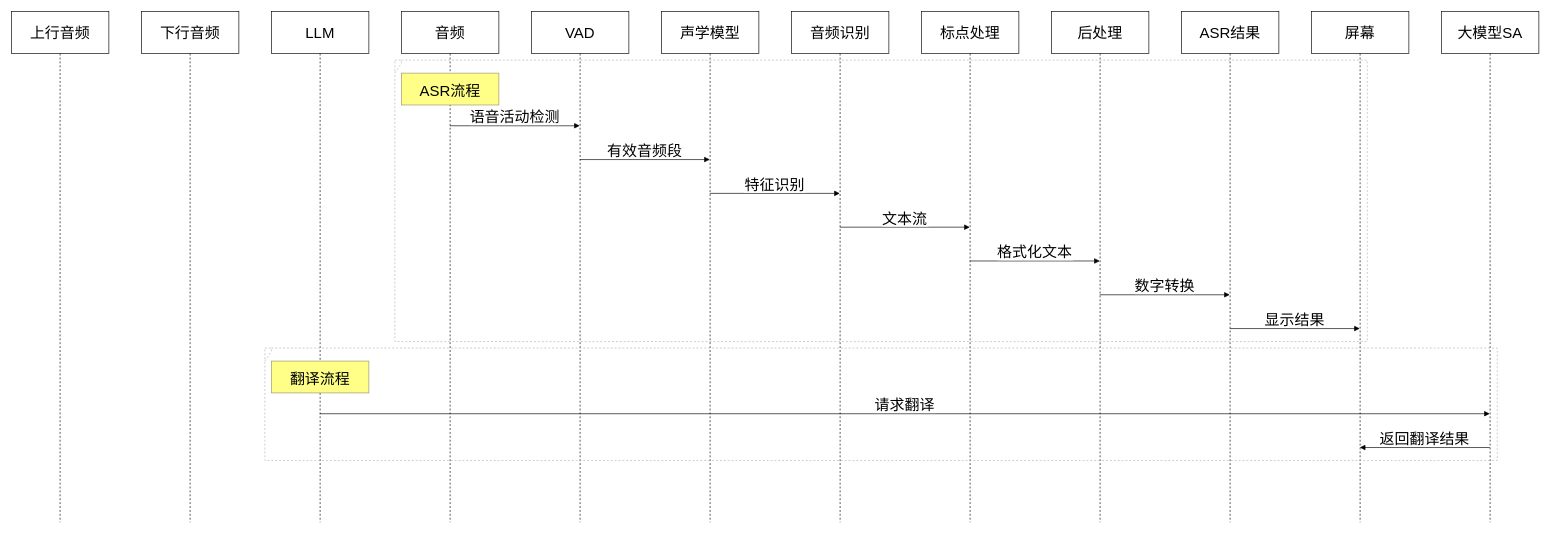
The draw.io diagram asr.drawio in huangxioaxie/adminCode, before the edit. Source tidied: cells renumbered, new cells numbered last; positions are measured from the earlier drawing's top-left corner, leaving out a move shared by most shapes. Both pictures are drawn from the tidied source at 65%, with x=0, y=0 at pixel (11, 11).
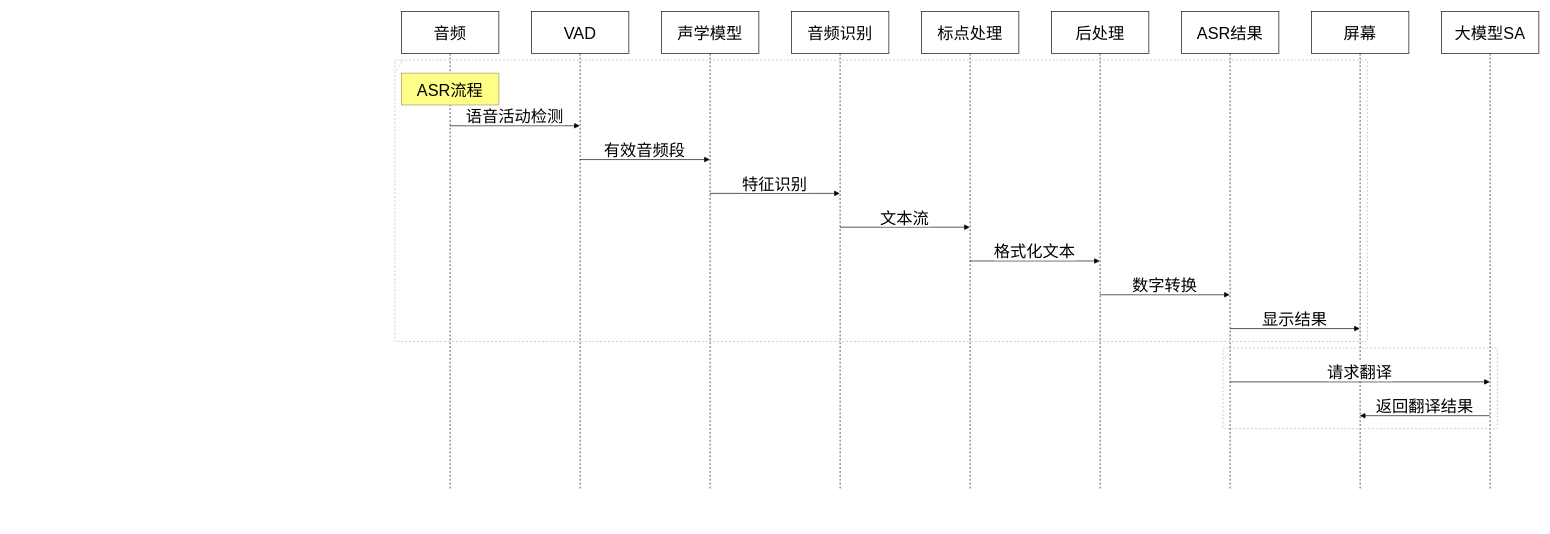
The same diagram, later.

Diff of the diagram source:
```diff
@@
-    <mxCell id="2" value="上行音频" style="shape=umlLifeline;perimeter=lifelinePerimeter;whiteSpace=wrap;newEdgeStyle={&quot;edgeStyle&quot;:&quot;elbowEdgeStyle&quot;,&quot;elbow&quot;:&quot;vertical&quot;,&quot;curved&quot;:0,&quot;rounded&quot;:0};size=65;fontSize=23;" parent="1" vertex="1">
-      <mxGeometry width="150" height="786" as="geometry" />
-    </mxCell>
-    <mxCell id="3" value="下行音频" style="shape=umlLifeline;perimeter=lifelinePerimeter;whiteSpace=wrap;newEdgeStyle={&quot;edgeStyle&quot;:&quot;elbowEdgeStyle&quot;,&quot;elbow&quot;:&quot;vertical&quot;,&quot;curved&quot;:0,&quot;rounded&quot;:0};size=65;fontSize=23;" parent="1" vertex="1">
-      <mxGeometry x="200" width="150" height="786" as="geometry" />
-    </mxCell>
-    <mxCell id="4" value="LLM" style="shape=umlLifeline;perimeter=lifelinePerimeter;whiteSpace=wrap;outlineConnect=0;portConstraint=eastwest;newEdgeStyle={&quot;edgeStyle&quot;:&quot;elbowEdgeStyle&quot;,&quot;elbow&quot;:&quot;vertical&quot;,&quot;curved&quot;:0,&quot;rounded&quot;:0};size=65;fontSize=23;" parent="1" vertex="1">
-      <mxGeometry x="400" width="150" height="786" as="geometry" />
-    </mxCell>
-    <mxCell id="5" value="音频" style="shape=umlLifeline;perimeter=lifelinePerimeter;whiteSpace=wrap;outlineConnect=0;portConstraint=eastwest;newEdgeStyle={&quot;edgeStyle&quot;:&quot;elbowEdgeStyle&quot;,&quot;elbow&quot;:&quot;vertical&quot;,&quot;curved&quot;:0,&quot;rounded&quot;:0};size=65;fontSize=23;" parent="1" vertex="1">
-      <mxGeometry x="600" width="150" height="786" as="geometry" />
+    <mxCell id="5" value="音频" style="shape=umlLifeline;perimeter=lifelinePerimeter;whiteSpace=wrap;outlineConnect=0;portConstraint=eastwest;newEdgeStyle={&quot;edgeStyle&quot;:&quot;elbowEdgeStyle&quot;,&quot;elbow&quot;:&quot;vertical&quot;,&quot;curved&quot;:0,&quot;rounded&quot;:0};size=65;fontSize=25;" parent="1" vertex="1">
+      <mxGeometry x="600" width="150" height="737" as="geometry" />
     </mxCell>
-    <mxCell id="6" value="VAD" style="shape=umlLifeline;perimeter=lifelinePerimeter;whiteSpace=wrap;outlineConnect=0;portConstraint=eastwest;newEdgeStyle={&quot;edgeStyle&quot;:&quot;elbowEdgeStyle&quot;,&quot;elbow&quot;:&quot;vertical&quot;,&quot;curved&quot;:0,&quot;rounded&quot;:0};size=65;fontSize=23;" parent="1" vertex="1">
-      <mxGeometry x="800" width="150" height="786" as="geometry" />
+    <mxCell id="6" value="VAD" style="shape=umlLifeline;perimeter=lifelinePerimeter;whiteSpace=wrap;outlineConnect=0;portConstraint=eastwest;newEdgeStyle={&quot;edgeStyle&quot;:&quot;elbowEdgeStyle&quot;,&quot;elbow&quot;:&quot;vertical&quot;,&quot;curved&quot;:0,&quot;rounded&quot;:0};size=65;fontSize=25;" parent="1" vertex="1">
+      <mxGeometry x="800" width="150" height="737" as="geometry" />
     </mxCell>
-    <mxCell id="7" value="声学模型" style="shape=umlLifeline;perimeter=lifelinePerimeter;whiteSpace=wrap;outlineConnect=0;portConstraint=eastwest;newEdgeStyle={&quot;edgeStyle&quot;:&quot;elbowEdgeStyle&quot;,&quot;elbow&quot;:&quot;vertical&quot;,&quot;curved&quot;:0,&quot;rounded&quot;:0};size=65;fontSize=23;" parent="1" vertex="1">
-      <mxGeometry x="1000" width="150" height="786" as="geometry" />
+    <mxCell id="7" value="声学模型" style="shape=umlLifeline;perimeter=lifelinePerimeter;whiteSpace=wrap;outlineConnect=0;portConstraint=eastwest;newEdgeStyle={&quot;edgeStyle&quot;:&quot;elbowEdgeStyle&quot;,&quot;elbow&quot;:&quot;vertical&quot;,&quot;curved&quot;:0,&quot;rounded&quot;:0};size=65;fontSize=25;" parent="1" vertex="1">
+      <mxGeometry x="1000" width="150" height="737" as="geometry" />
     </mxCell>
-    <mxCell id="8" value="音频识别" style="shape=umlLifeline;perimeter=lifelinePerimeter;whiteSpace=wrap;outlineConnect=0;portConstraint=eastwest;newEdgeStyle={&quot;edgeStyle&quot;:&quot;elbowEdgeStyle&quot;,&quot;elbow&quot;:&quot;vertical&quot;,&quot;curved&quot;:0,&quot;rounded&quot;:0};size=65;fontSize=23;" parent="1" vertex="1">
-      <mxGeometry x="1200" width="150" height="786" as="geometry" />
+    <mxCell id="8" value="音频识别" style="shape=umlLifeline;perimeter=lifelinePerimeter;whiteSpace=wrap;outlineConnect=0;portConstraint=eastwest;newEdgeStyle={&quot;edgeStyle&quot;:&quot;elbowEdgeStyle&quot;,&quot;elbow&quot;:&quot;vertical&quot;,&quot;curved&quot;:0,&quot;rounded&quot;:0};size=65;fontSize=25;" parent="1" vertex="1">
+      <mxGeometry x="1200" width="150" height="737" as="geometry" />
     </mxCell>
-    <mxCell id="9" value="标点处理" style="shape=umlLifeline;perimeter=lifelinePerimeter;whiteSpace=wrap;outlineConnect=0;portConstraint=eastwest;newEdgeStyle={&quot;edgeStyle&quot;:&quot;elbowEdgeStyle&quot;,&quot;elbow&quot;:&quot;vertical&quot;,&quot;curved&quot;:0,&quot;rounded&quot;:0};size=65;fontSize=23;" parent="1" vertex="1">
-      <mxGeometry x="1400" width="150" height="786" as="geometry" />
+    <mxCell id="9" value="标点处理" style="shape=umlLifeline;perimeter=lifelinePerimeter;whiteSpace=wrap;outlineConnect=0;portConstraint=eastwest;newEdgeStyle={&quot;edgeStyle&quot;:&quot;elbowEdgeStyle&quot;,&quot;elbow&quot;:&quot;vertical&quot;,&quot;curved&quot;:0,&quot;rounded&quot;:0};size=65;fontSize=25;" parent="1" vertex="1">
+      <mxGeometry x="1400" width="150" height="737" as="geometry" />
     </mxCell>
-    <mxCell id="10" value="后处理" style="shape=umlLifeline;perimeter=lifelinePerimeter;whiteSpace=wrap;outlineConnect=0;portConstraint=eastwest;newEdgeStyle={&quot;edgeStyle&quot;:&quot;elbowEdgeStyle&quot;,&quot;elbow&quot;:&quot;vertical&quot;,&quot;curved&quot;:0,&quot;rounded&quot;:0};size=65;fontSize=23;" parent="1" vertex="1">
-      <mxGeometry x="1600" width="150" height="786" as="geometry" />
+    <mxCell id="10" value="后处理" style="shape=umlLifeline;perimeter=lifelinePerimeter;whiteSpace=wrap;outlineConnect=0;portConstraint=eastwest;newEdgeStyle={&quot;edgeStyle&quot;:&quot;elbowEdgeStyle&quot;,&quot;elbow&quot;:&quot;vertical&quot;,&quot;curved&quot;:0,&quot;rounded&quot;:0};size=65;fontSize=25;" parent="1" vertex="1">
+      <mxGeometry x="1600" width="150" height="737" as="geometry" />
     </mxCell>
-    <mxCell id="11" value="ASR结果" style="shape=umlLifeline;perimeter=lifelinePerimeter;whiteSpace=wrap;outlineConnect=0;portConstraint=eastwest;newEdgeStyle={&quot;edgeStyle&quot;:&quot;elbowEdgeStyle&quot;,&quot;elbow&quot;:&quot;vertical&quot;,&quot;curved&quot;:0,&quot;rounded&quot;:0};size=65;fontSize=23;" parent="1" vertex="1">
-      <mxGeometry x="1800" width="150" height="786" as="geometry" />
+    <mxCell id="11" value="ASR结果" style="shape=umlLifeline;perimeter=lifelinePerimeter;whiteSpace=wrap;outlineConnect=0;portConstraint=eastwest;newEdgeStyle={&quot;edgeStyle&quot;:&quot;elbowEdgeStyle&quot;,&quot;elbow&quot;:&quot;vertical&quot;,&quot;curved&quot;:0,&quot;rounded&quot;:0};size=65;fontSize=25;" parent="1" vertex="1">
+      <mxGeometry x="1800" width="150" height="737" as="geometry" />
     </mxCell>
-    <mxCell id="12" value="屏幕" style="shape=umlLifeline;perimeter=lifelinePerimeter;whiteSpace=wrap;outlineConnect=0;portConstraint=eastwest;newEdgeStyle={&quot;edgeStyle&quot;:&quot;elbowEdgeStyle&quot;,&quot;elbow&quot;:&quot;vertical&quot;,&quot;curved&quot;:0,&quot;rounded&quot;:0};size=65;fontSize=23;" parent="1" vertex="1">
-      <mxGeometry x="2000" width="150" height="786" as="geometry" />
+    <mxCell id="12" value="屏幕" style="shape=umlLifeline;perimeter=lifelinePerimeter;whiteSpace=wrap;outlineConnect=0;portConstraint=eastwest;newEdgeStyle={&quot;edgeStyle&quot;:&quot;elbowEdgeStyle&quot;,&quot;elbow&quot;:&quot;vertical&quot;,&quot;curved&quot;:0,&quot;rounded&quot;:0};size=65;fontSize=25;" parent="1" vertex="1">
+      <mxGeometry x="2000" width="150" height="737" as="geometry" />
     </mxCell>
-    <mxCell id="13" value="大模型SA" style="shape=umlLifeline;perimeter=lifelinePerimeter;whiteSpace=wrap;outlineConnect=0;portConstraint=eastwest;newEdgeStyle={&quot;edgeStyle&quot;:&quot;elbowEdgeStyle&quot;,&quot;elbow&quot;:&quot;vertical&quot;,&quot;curved&quot;:0,&quot;rounded&quot;:0};size=65;fontSize=23;" parent="1" vertex="1">
-      <mxGeometry x="2200" width="150" height="786" as="geometry" />
+    <mxCell id="13" value="大模型SA" style="shape=umlLifeline;perimeter=lifelinePerimeter;whiteSpace=wrap;outlineConnect=0;portConstraint=eastwest;newEdgeStyle={&quot;edgeStyle&quot;:&quot;elbowEdgeStyle&quot;,&quot;elbow&quot;:&quot;vertical&quot;,&quot;curved&quot;:0,&quot;rounded&quot;:0};size=65;fontSize=25;" parent="1" vertex="1">
+      <mxGeometry x="2200" width="150" height="737" as="geometry" />
     </mxCell>
-    <mxCell id="14" style="shape=umlFrame;dashed=1;strokeColor=#B3B3B3;height=20;width=0;fontSize=23;" parent="1" vertex="1">
-      <mxGeometry x="590" y="75" width="1496" height="433" as="geometry" />
-    </mxCell>
-    <mxCell id="15" style="text;strokeColor=none;fillColor=none;align=center;verticalAlign=middle;whiteSpace=wrap;fontSize=23;" parent="14" vertex="1">
-      <mxGeometry width="1496" height="20" as="geometry" />
-    </mxCell>
-    <mxCell id="16" style="shape=umlFrame;dashed=1;strokeColor=#B3B3B3;height=20;width=0;fontSize=23;" parent="1" vertex="1">
-      <mxGeometry x="390" y="518" width="1896" height="173" as="geometry" />
-    </mxCell>
-    <mxCell id="17" style="text;strokeColor=none;fillColor=none;align=center;verticalAlign=middle;whiteSpace=wrap;fontSize=23;" parent="16" vertex="1">
-      <mxGeometry width="1896" height="20" as="geometry" />
-    </mxCell>
+    <mxCell id="29" style="shape=umlFrame;dashed=1;strokeColor=#B3B3B3;height=20;width=0;fontSize=25;" parent="1" vertex="1">
+      <mxGeometry x="590" y="75" width="1496" height="433" as="geometry" />
+    </mxCell>
+    <mxCell id="30" style="text;strokeColor=none;fillColor=none;align=center;verticalAlign=middle;whiteSpace=wrap;" parent="29" vertex="1">
+      <mxGeometry width="1496" height="20" as="geometry" />
+    </mxCell>
+    <mxCell id="31" style="shape=umlFrame;dashed=1;strokeColor=#B3B3B3;height=20;width=0;fontSize=25;" parent="1" vertex="1">
+      <mxGeometry x="1864" y="518" width="422" height="124" as="geometry" />
+    </mxCell>
+    <mxCell id="32" style="text;strokeColor=none;fillColor=none;align=center;verticalAlign=middle;whiteSpace=wrap;" parent="31" vertex="1">
+      <mxGeometry width="422" height="20" as="geometry" />
+    </mxCell>
-    <mxCell id="18" value="语音活动检测" style="verticalAlign=bottom;edgeStyle=elbowEdgeStyle;elbow=vertical;curved=0;rounded=0;endArrow=block;fontSize=23;" parent="1" edge="1" source="5" target="6">
+    <mxCell id="18" value="语音活动检测" style="verticalAlign=bottom;edgeStyle=elbowEdgeStyle;elbow=vertical;curved=0;rounded=0;endArrow=block;fontSize=25;" parent="1" edge="1" source="5" target="6">
       <mxGeometry relative="1" as="geometry">
         <Array as="points">
           <mxPoint x="784" y="176" />
         </Array>
       </mxGeometry>
     </mxCell>
-    <mxCell id="19" value="有效音频段" style="verticalAlign=bottom;edgeStyle=elbowEdgeStyle;elbow=vertical;curved=0;rounded=0;endArrow=block;fontSize=23;" parent="1" edge="1" source="6" target="7">
+    <mxCell id="19" value="有效音频段" style="verticalAlign=bottom;edgeStyle=elbowEdgeStyle;elbow=vertical;curved=0;rounded=0;endArrow=block;fontSize=25;" parent="1" edge="1" source="6" target="7">
       <mxGeometry relative="1" as="geometry">
         <Array as="points">
           <mxPoint x="984" y="228" />
         </Array>
       </mxGeometry>
     </mxCell>
-    <mxCell id="20" value="特征识别" style="verticalAlign=bottom;edgeStyle=elbowEdgeStyle;elbow=vertical;curved=0;rounded=0;endArrow=block;fontSize=23;" parent="1" edge="1" source="7" target="8">
+    <mxCell id="20" value="特征识别" style="verticalAlign=bottom;edgeStyle=elbowEdgeStyle;elbow=vertical;curved=0;rounded=0;endArrow=block;fontSize=25;" parent="1" edge="1" source="7" target="8">
       <mxGeometry relative="1" as="geometry">
         <Array as="points">
           <mxPoint x="1184" y="280" />
         </Array>
       </mxGeometry>
     </mxCell>
-    <mxCell id="21" value="文本流" style="verticalAlign=bottom;edgeStyle=elbowEdgeStyle;elbow=vertical;curved=0;rounded=0;endArrow=block;fontSize=23;" parent="1" edge="1" source="8" target="9">
+    <mxCell id="21" value="文本流" style="verticalAlign=bottom;edgeStyle=elbowEdgeStyle;elbow=vertical;curved=0;rounded=0;endArrow=block;fontSize=25;" parent="1" edge="1" source="8" target="9">
       <mxGeometry relative="1" as="geometry">
         <Array as="points">
           <mxPoint x="1384" y="332" />
         </Array>
       </mxGeometry>
     </mxCell>
-    <mxCell id="22" value="格式化文本" style="verticalAlign=bottom;edgeStyle=elbowEdgeStyle;elbow=vertical;curved=0;rounded=0;endArrow=block;fontSize=23;" parent="1" edge="1" source="9" target="10">
+    <mxCell id="22" value="格式化文本" style="verticalAlign=bottom;edgeStyle=elbowEdgeStyle;elbow=vertical;curved=0;rounded=0;endArrow=block;fontSize=25;" parent="1" edge="1" source="9" target="10">
       <mxGeometry relative="1" as="geometry">
         <Array as="points">
           <mxPoint x="1584" y="384" />
         </Array>
       </mxGeometry>
     </mxCell>
-    <mxCell id="23" value="数字转换" style="verticalAlign=bottom;edgeStyle=elbowEdgeStyle;elbow=vertical;curved=0;rounded=0;endArrow=block;fontSize=23;" parent="1" edge="1" source="10" target="11">
+    <mxCell id="23" value="数字转换" style="verticalAlign=bottom;edgeStyle=elbowEdgeStyle;elbow=vertical;curved=0;rounded=0;endArrow=block;fontSize=25;" parent="1" edge="1" source="10" target="11">
       <mxGeometry relative="1" as="geometry">
         <Array as="points">
           <mxPoint x="1784" y="436" />
         </Array>
       </mxGeometry>
     </mxCell>
-    <mxCell id="24" value="显示结果" style="verticalAlign=bottom;edgeStyle=elbowEdgeStyle;elbow=vertical;curved=0;rounded=0;endArrow=block;fontSize=23;" parent="1" edge="1" source="11" target="12">
+    <mxCell id="24" value="显示结果" style="verticalAlign=bottom;edgeStyle=elbowEdgeStyle;elbow=vertical;curved=0;rounded=0;endArrow=block;fontSize=25;" parent="1" edge="1" source="11" target="12">
       <mxGeometry relative="1" as="geometry">
         <Array as="points">
           <mxPoint x="1984" y="488" />
         </Array>
       </mxGeometry>
     </mxCell>
-    <mxCell id="25" value="请求翻译" style="verticalAlign=bottom;edgeStyle=elbowEdgeStyle;elbow=vertical;curved=0;rounded=0;endArrow=block;fontSize=23;" parent="1" edge="1" source="4" target="13">
+    <mxCell id="25" value="请求翻译" style="verticalAlign=bottom;edgeStyle=elbowEdgeStyle;elbow=vertical;curved=0;rounded=0;endArrow=block;fontSize=25;" parent="1" edge="1" source="11" target="13">
       <mxGeometry relative="1" as="geometry">
         <Array as="points">
-          <mxPoint x="1384" y="619" />
+          <mxPoint x="2084" y="570" />
         </Array>
       </mxGeometry>
     </mxCell>
-    <mxCell id="26" value="返回翻译结果" style="verticalAlign=bottom;edgeStyle=elbowEdgeStyle;elbow=vertical;curved=0;rounded=0;endArrow=block;fontSize=23;" parent="1" edge="1" source="13" target="12">
+    <mxCell id="26" value="返回翻译结果" style="verticalAlign=bottom;edgeStyle=elbowEdgeStyle;elbow=vertical;curved=0;rounded=0;endArrow=block;fontSize=25;" parent="1" edge="1" source="13" target="12">
       <mxGeometry relative="1" as="geometry">
         <Array as="points">
-          <mxPoint x="2187" y="671" />
+          <mxPoint x="2187" y="622" />
         </Array>
       </mxGeometry>
     </mxCell>
-    <mxCell id="27" value="ASR流程" style="fillColor=#ffff88;strokeColor=#9E916F;fontSize=23;" parent="1" vertex="1">
+    <mxCell id="27" value="ASR流程" style="fillColor=#ffff88;strokeColor=#9E916F;fontSize=25;" parent="1" vertex="1">
       <mxGeometry x="600" y="95" width="150" height="49" as="geometry" />
     </mxCell>
-    <mxCell id="28" value="翻译流程" style="fillColor=#ffff88;strokeColor=#9E916F;fontSize=23;" parent="1" vertex="1">
-      <mxGeometry x="400" y="538" width="150" height="49" as="geometry" />
-    </mxCell>
```
